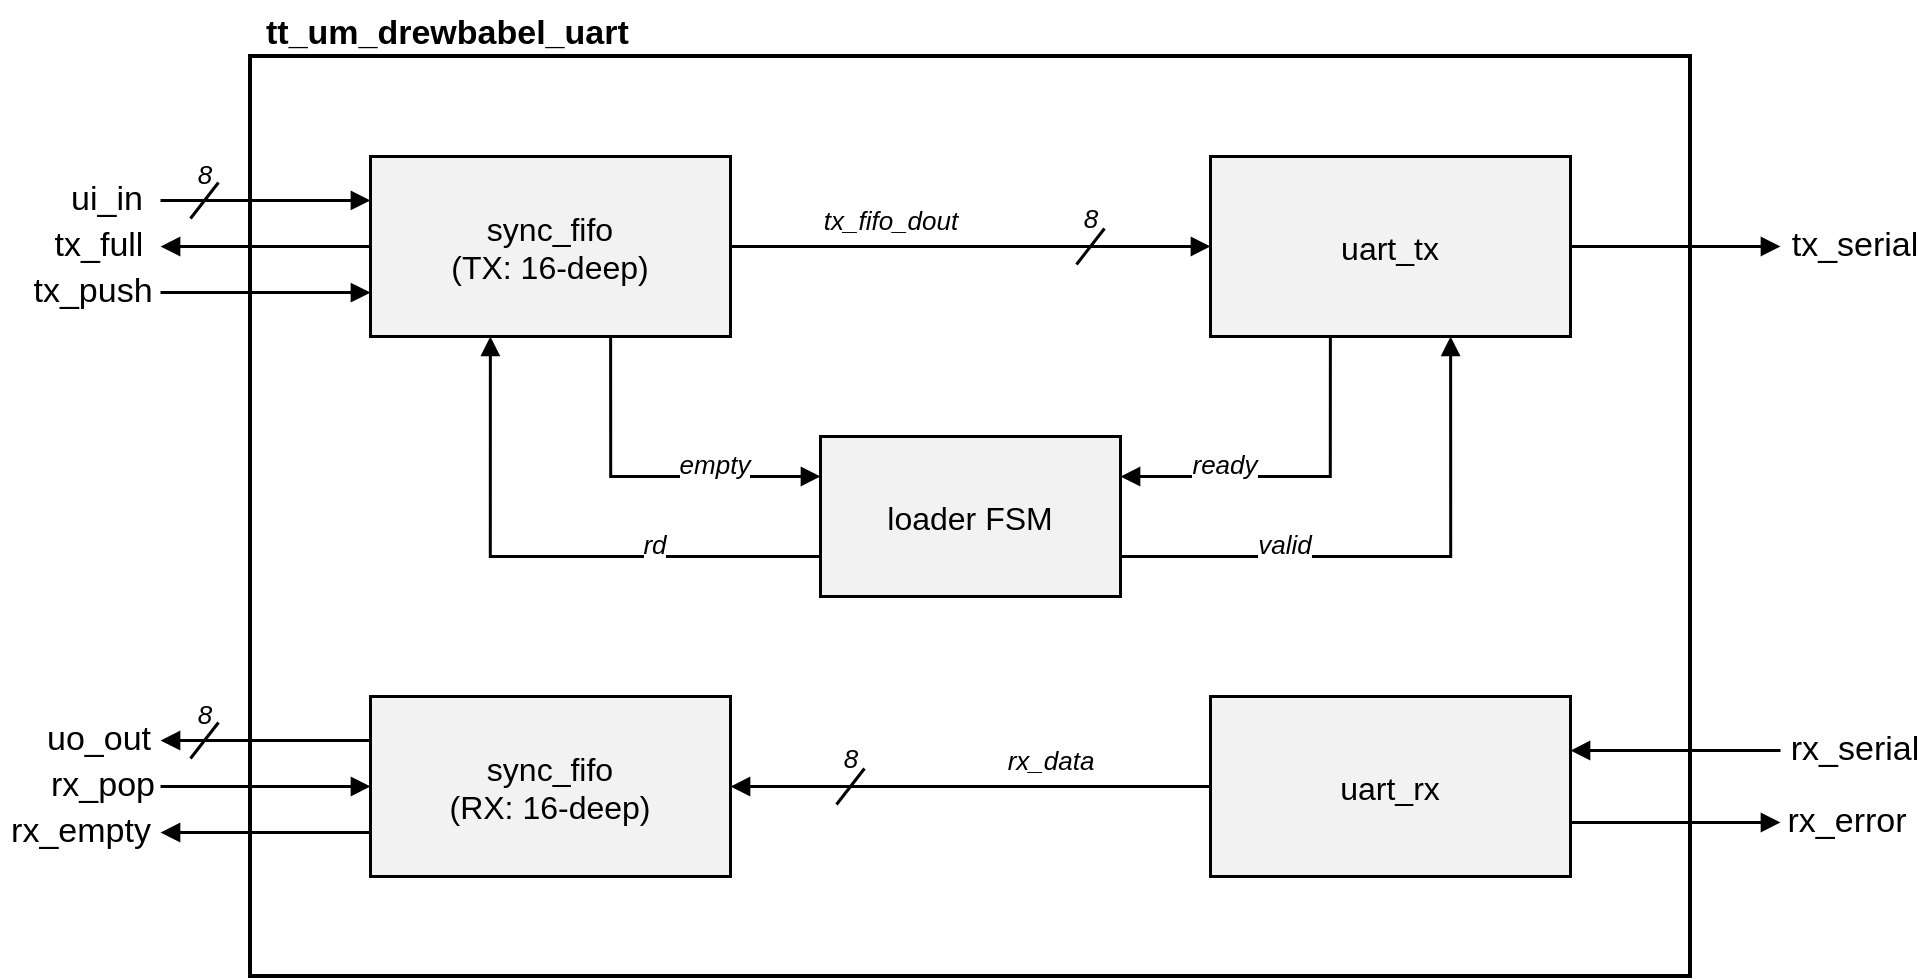
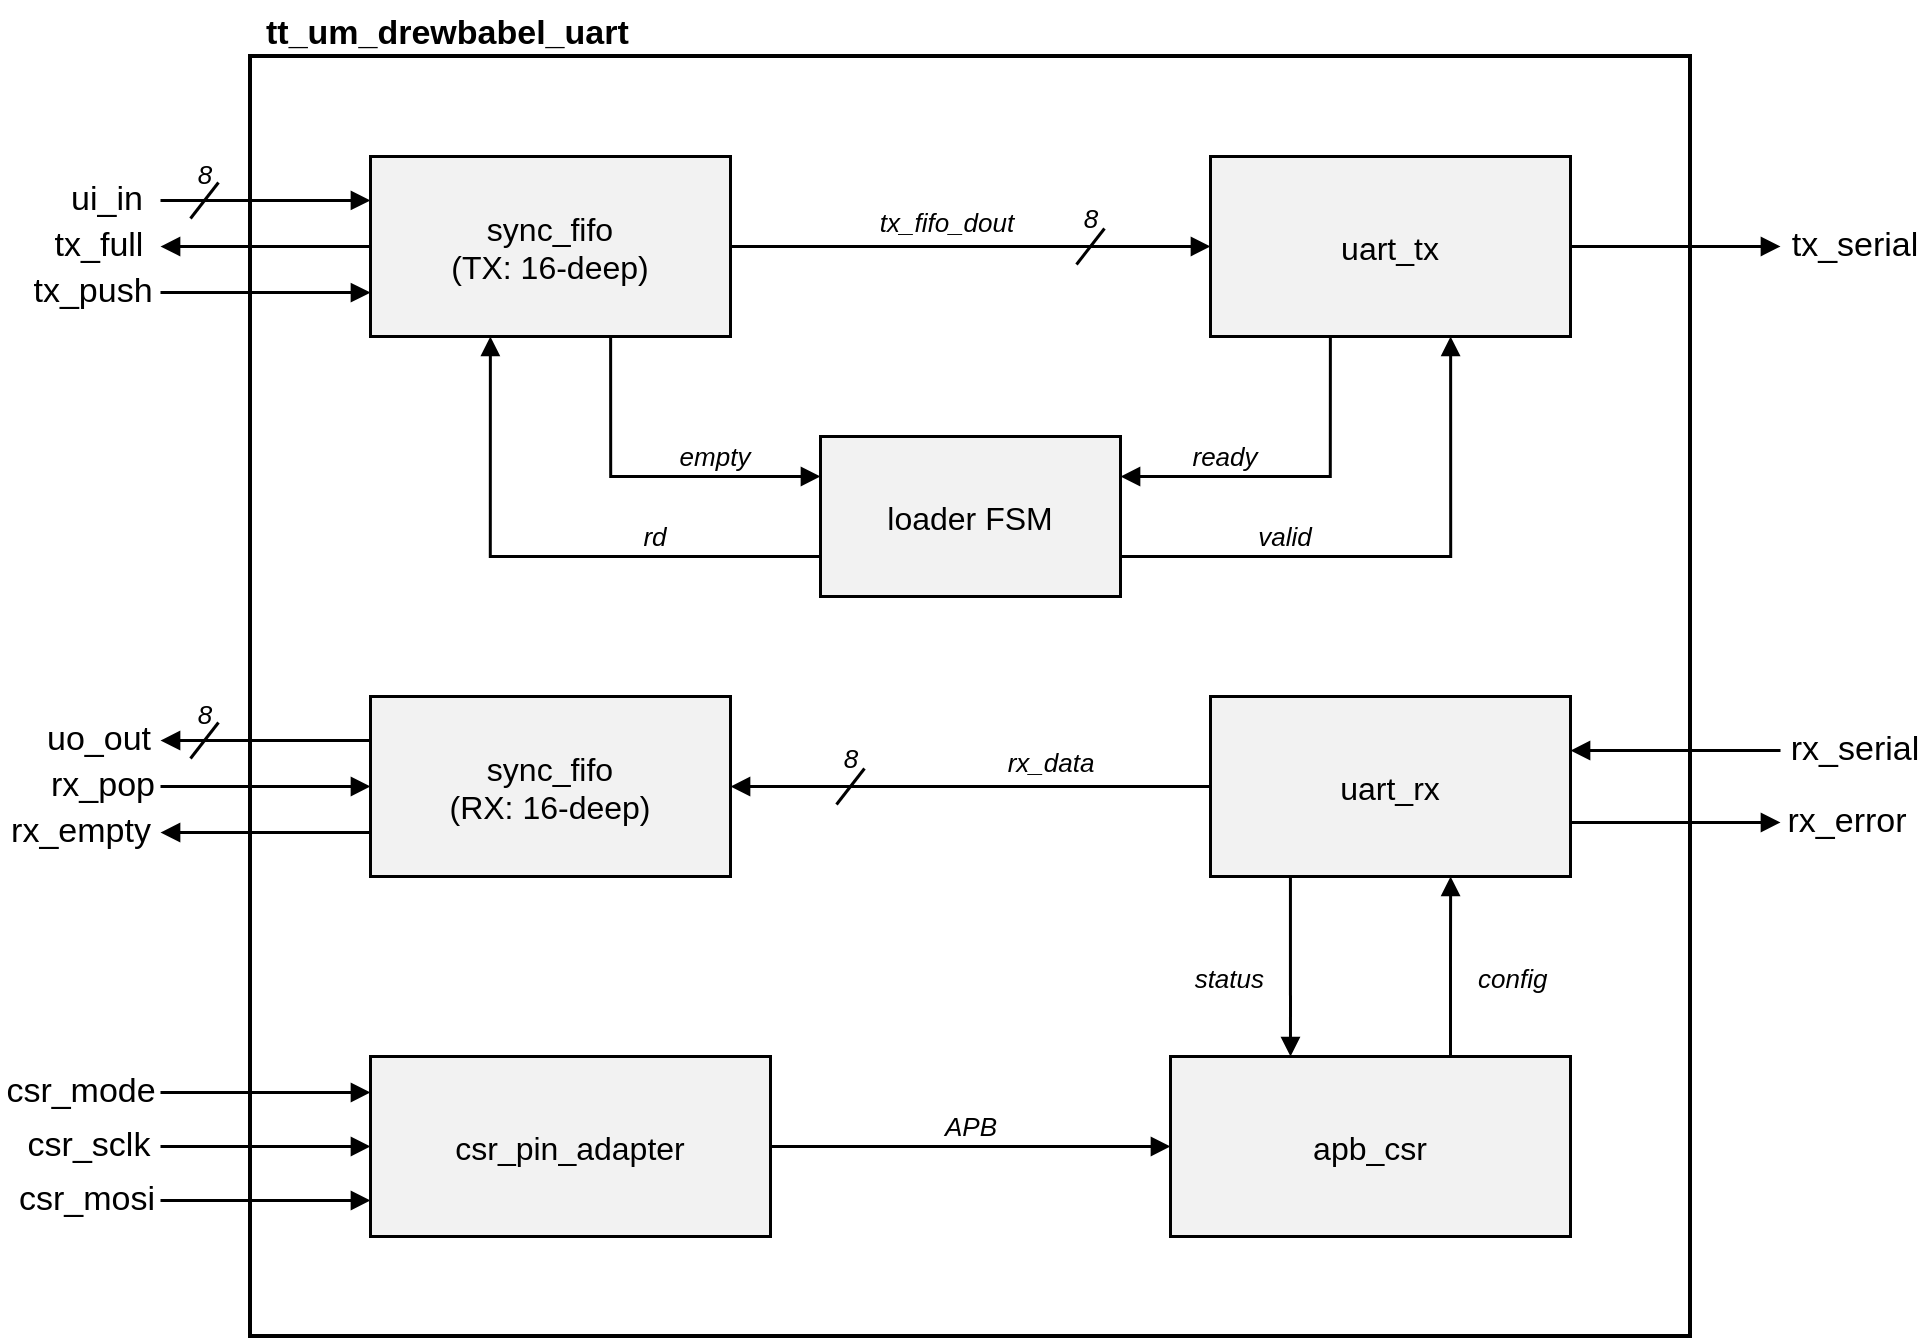
<mxfile host="app.diagrams.net">
  <diagram name="uart_tile" id="uart_tile">
-     <mxGraphModel grid="0" gridSize="10" pageWidth="1080" pageHeight="660" background="#ffffff">
+     <mxGraphModel grid="0" gridSize="10" pageWidth="1080" pageHeight="820" background="#ffffff">
      <root>
        <mxCell id="0"/>
        <mxCell id="1" parent="0"/>

        <!-- outer boundary + module label -->
        <mxCell id="outer" value="" vertex="1" parent="1" style="rounded=0;fillColor=none;strokeColor=#000000;strokeWidth=2;">
-           <mxGeometry x="180" y="100" width="720" height="460" as="geometry"/></mxCell>
+           <mxGeometry x="180" y="100" width="720" height="640" as="geometry"/></mxCell>
        <mxCell id="modlabel" value="tt_um_drewbabel_uart" vertex="1" parent="1" style="text;html=1;align=left;fontStyle=1;fontSize=17;fillColor=none;strokeColor=none;">
          <mxGeometry x="186" y="72" width="320" height="24" as="geometry"/></mxCell>

        <!-- blocks -->
        <mxCell id="txfifo" value="sync_fifo&#10;(TX: 16-deep)" vertex="1" parent="1" style="rounded=0;fillColor=#f2f2f2;strokeColor=#000000;strokeWidth=1.5;align=center;verticalAlign=middle;fontSize=16;">
          <mxGeometry x="240" y="150" width="180" height="90" as="geometry"/></mxCell>
        <mxCell id="utx" value="uart_tx" vertex="1" parent="1" style="rounded=0;fillColor=#f2f2f2;strokeColor=#000000;strokeWidth=1.5;align=center;verticalAlign=middle;fontSize=16;">
          <mxGeometry x="660" y="150" width="180" height="90" as="geometry"/></mxCell>
        <mxCell id="rxfifo" value="sync_fifo&#10;(RX: 16-deep)" vertex="1" parent="1" style="rounded=0;fillColor=#f2f2f2;strokeColor=#000000;strokeWidth=1.5;align=center;verticalAlign=middle;fontSize=16;">
          <mxGeometry x="240" y="420" width="180" height="90" as="geometry"/></mxCell>
        <mxCell id="urx" value="uart_rx" vertex="1" parent="1" style="rounded=0;fillColor=#f2f2f2;strokeColor=#000000;strokeWidth=1.5;align=center;verticalAlign=middle;fontSize=16;">
          <mxGeometry x="660" y="420" width="180" height="90" as="geometry"/></mxCell>
        <mxCell id="loader" value="loader FSM" vertex="1" parent="1" style="rounded=0;fillColor=#f2f2f2;strokeColor=#000000;strokeWidth=1.5;align=center;verticalAlign=middle;fontSize=16;">
          <mxGeometry x="465" y="290" width="150" height="80" as="geometry"/></mxCell>
+         <mxCell id="csradapter" value="csr_pin_adapter" vertex="1" parent="1" style="rounded=0;fillColor=#f2f2f2;strokeColor=#000000;strokeWidth=1.5;align=center;verticalAlign=middle;fontSize=16;">
+           <mxGeometry x="240" y="600" width="200" height="90" as="geometry"/></mxCell>
+         <mxCell id="apbcsr" value="apb_csr" vertex="1" parent="1" style="rounded=0;fillColor=#f2f2f2;strokeColor=#000000;strokeWidth=1.5;align=center;verticalAlign=middle;fontSize=16;">
+           <mxGeometry x="640" y="600" width="200" height="90" as="geometry"/></mxCell>

        <!-- LEFT I/O labels (right edge x=135) -->
        <mxCell id="l_uiin" value="ui_in" vertex="1" parent="1" style="text;html=1;align=center;verticalAlign=middle;fontSize=17;fillColor=none;strokeColor=none;">
          <mxGeometry x="81" y="161" width="54" height="22" as="geometry"/></mxCell>
        <mxCell id="l_txfull" value="tx_full" vertex="1" parent="1" style="text;html=1;align=center;verticalAlign=middle;fontSize=17;fillColor=none;strokeColor=none;">
          <mxGeometry x="73" y="184" width="62" height="22" as="geometry"/></mxCell>
        <mxCell id="l_txpush" value="tx_push" vertex="1" parent="1" style="text;html=1;align=center;verticalAlign=middle;fontSize=17;fillColor=none;strokeColor=none;">
          <mxGeometry x="67" y="207" width="68" height="22" as="geometry"/></mxCell>
        <mxCell id="l_uoout" value="uo_out" vertex="1" parent="1" style="text;html=1;align=center;verticalAlign=middle;fontSize=17;fillColor=none;strokeColor=none;">
          <mxGeometry x="73" y="431" width="62" height="22" as="geometry"/></mxCell>
        <mxCell id="l_rxpop" value="rx_pop" vertex="1" parent="1" style="text;html=1;align=center;verticalAlign=middle;fontSize=17;fillColor=none;strokeColor=none;">
          <mxGeometry x="77" y="454" width="58" height="22" as="geometry"/></mxCell>
        <mxCell id="l_rxempty" value="rx_empty" vertex="1" parent="1" style="text;html=1;align=center;verticalAlign=middle;fontSize=17;fillColor=none;strokeColor=none;">
          <mxGeometry x="55" y="477" width="80" height="22" as="geometry"/></mxCell>
+         <mxCell id="l_csrmode" value="csr_mode" vertex="1" parent="1" style="text;html=1;align=center;verticalAlign=middle;fontSize=17;fillColor=none;strokeColor=none;">
+           <mxGeometry x="55" y="607" width="80" height="22" as="geometry"/></mxCell>
+         <mxCell id="l_csrsclk" value="csr_sclk" vertex="1" parent="1" style="text;html=1;align=center;verticalAlign=middle;fontSize=17;fillColor=none;strokeColor=none;">
+           <mxGeometry x="63" y="634" width="72" height="22" as="geometry"/></mxCell>
+         <mxCell id="l_csrmosi" value="csr_mosi" vertex="1" parent="1" style="text;html=1;align=center;verticalAlign=middle;fontSize=17;fillColor=none;strokeColor=none;">
+           <mxGeometry x="60" y="661" width="75" height="22" as="geometry"/></mxCell>

        <!-- RIGHT I/O labels (left edge x=945) -->
        <mxCell id="r_txser" value="tx_serial" vertex="1" parent="1" style="text;html=1;align=center;verticalAlign=middle;fontSize=17;fillColor=none;strokeColor=none;">
          <mxGeometry x="945" y="184" width="74" height="22" as="geometry"/></mxCell>
        <mxCell id="r_rxser" value="rx_serial" vertex="1" parent="1" style="text;html=1;align=center;verticalAlign=middle;fontSize=17;fillColor=none;strokeColor=none;">
          <mxGeometry x="945" y="436" width="74" height="22" as="geometry"/></mxCell>
        <mxCell id="r_rxerr" value="rx_error" vertex="1" parent="1" style="text;html=1;align=center;verticalAlign=middle;fontSize=17;fillColor=none;strokeColor=none;">
          <mxGeometry x="945" y="472" width="66" height="22" as="geometry"/></mxCell>

        <!-- LEFT I/O edges -->
        <mxCell id="e_uiin" edge="1" parent="1" source="l_uiin" target="txfifo" style="edgeStyle=orthogonalEdgeStyle;rounded=0;strokeColor=#000000;strokeWidth=1.5;endArrow=block;endFill=1;exitX=1;exitY=0.5;entryX=0;entryY=0.244;"><mxGeometry relative="1" as="geometry"/></mxCell>
        <mxCell id="e_txfull" edge="1" parent="1" source="txfifo" target="l_txfull" style="edgeStyle=orthogonalEdgeStyle;rounded=0;strokeColor=#000000;strokeWidth=1.5;endArrow=block;endFill=1;exitX=0;exitY=0.5;entryX=1;entryY=0.5;"><mxGeometry relative="1" as="geometry"/></mxCell>
        <mxCell id="e_txpush" edge="1" parent="1" source="l_txpush" target="txfifo" style="edgeStyle=orthogonalEdgeStyle;rounded=0;strokeColor=#000000;strokeWidth=1.5;endArrow=block;endFill=1;exitX=1;exitY=0.5;entryX=0;entryY=0.756;"><mxGeometry relative="1" as="geometry"/></mxCell>
        <mxCell id="e_uoout" edge="1" parent="1" source="rxfifo" target="l_uoout" style="edgeStyle=orthogonalEdgeStyle;rounded=0;strokeColor=#000000;strokeWidth=1.5;endArrow=block;endFill=1;exitX=0;exitY=0.244;entryX=1;entryY=0.5;"><mxGeometry relative="1" as="geometry"/></mxCell>
        <mxCell id="e_rxpop" edge="1" parent="1" source="l_rxpop" target="rxfifo" style="edgeStyle=orthogonalEdgeStyle;rounded=0;strokeColor=#000000;strokeWidth=1.5;endArrow=block;endFill=1;exitX=1;exitY=0.5;entryX=0;entryY=0.5;"><mxGeometry relative="1" as="geometry"/></mxCell>
        <mxCell id="e_rxempty" edge="1" parent="1" source="rxfifo" target="l_rxempty" style="edgeStyle=orthogonalEdgeStyle;rounded=0;strokeColor=#000000;strokeWidth=1.5;endArrow=block;endFill=1;exitX=0;exitY=0.756;entryX=1;entryY=0.5;"><mxGeometry relative="1" as="geometry"/></mxCell>
+         <mxCell id="e_csrmode" edge="1" parent="1" source="l_csrmode" target="csradapter" style="edgeStyle=orthogonalEdgeStyle;rounded=0;strokeColor=#000000;strokeWidth=1.5;endArrow=block;endFill=1;exitX=1;exitY=0.5;entryX=0;entryY=0.2;"><mxGeometry relative="1" as="geometry"/></mxCell>
+         <mxCell id="e_csrsclk" edge="1" parent="1" source="l_csrsclk" target="csradapter" style="edgeStyle=orthogonalEdgeStyle;rounded=0;strokeColor=#000000;strokeWidth=1.5;endArrow=block;endFill=1;exitX=1;exitY=0.5;entryX=0;entryY=0.5;"><mxGeometry relative="1" as="geometry"/></mxCell>
+         <mxCell id="e_csrmosi" edge="1" parent="1" source="l_csrmosi" target="csradapter" style="edgeStyle=orthogonalEdgeStyle;rounded=0;strokeColor=#000000;strokeWidth=1.5;endArrow=block;endFill=1;exitX=1;exitY=0.5;entryX=0;entryY=0.8;"><mxGeometry relative="1" as="geometry"/></mxCell>

        <!-- RIGHT I/O edges -->
        <mxCell id="e_txser" edge="1" parent="1" source="utx" target="r_txser" style="edgeStyle=orthogonalEdgeStyle;rounded=0;strokeColor=#000000;strokeWidth=1.5;endArrow=block;endFill=1;exitX=1;exitY=0.5;entryX=0;entryY=0.5;"><mxGeometry relative="1" as="geometry"/></mxCell>
        <mxCell id="e_rxser" edge="1" parent="1" source="r_rxser" target="urx" style="edgeStyle=orthogonalEdgeStyle;rounded=0;strokeColor=#000000;strokeWidth=1.5;endArrow=block;endFill=1;exitX=0;exitY=0.5;entryX=1;entryY=0.3;"><mxGeometry relative="1" as="geometry"/></mxCell>
        <mxCell id="e_rxerr" edge="1" parent="1" source="urx" target="r_rxerr" style="edgeStyle=orthogonalEdgeStyle;rounded=0;strokeColor=#000000;strokeWidth=1.5;endArrow=block;endFill=1;exitX=1;exitY=0.7;entryX=0;entryY=0.5;"><mxGeometry relative="1" as="geometry"/></mxCell>

        <!-- INTERNAL datapath buses -->
        <mxCell id="e_dout" edge="1" parent="1" source="txfifo" target="utx" style="edgeStyle=orthogonalEdgeStyle;rounded=0;strokeColor=#000000;strokeWidth=1.5;endArrow=block;endFill=1;exitX=1;exitY=0.5;entryX=0;entryY=0.5;"><mxGeometry relative="1" as="geometry"/></mxCell>
        <mxCell id="e_rxdata" edge="1" parent="1" source="urx" target="rxfifo" style="edgeStyle=orthogonalEdgeStyle;rounded=0;strokeColor=#000000;strokeWidth=1.5;endArrow=block;endFill=1;exitX=0;exitY=0.5;entryX=1;entryY=0.5;"><mxGeometry relative="1" as="geometry"/></mxCell>

        <!-- CONTROL edges: loader <-> txfifo, loader <-> utx -->
        <mxCell id="e_empty" edge="1" parent="1" source="txfifo" target="loader" style="edgeStyle=orthogonalEdgeStyle;rounded=0;strokeColor=#000000;strokeWidth=1.5;endArrow=block;endFill=1;exitX=0.667;exitY=1;entryX=0;entryY=0.25;"><mxGeometry relative="1" as="geometry"/></mxCell>
        <mxCell id="e_rd" edge="1" parent="1" source="loader" target="txfifo" style="edgeStyle=orthogonalEdgeStyle;rounded=0;strokeColor=#000000;strokeWidth=1.5;endArrow=block;endFill=1;exitX=0;exitY=0.75;entryX=0.333;entryY=1;"><mxGeometry relative="1" as="geometry"/></mxCell>
        <mxCell id="e_ready" edge="1" parent="1" source="utx" target="loader" style="edgeStyle=orthogonalEdgeStyle;rounded=0;strokeColor=#000000;strokeWidth=1.5;endArrow=block;endFill=1;exitX=0.333;exitY=1;entryX=1;entryY=0.25;"><mxGeometry relative="1" as="geometry"/></mxCell>
        <mxCell id="e_valid" edge="1" parent="1" source="loader" target="utx" style="edgeStyle=orthogonalEdgeStyle;rounded=0;strokeColor=#000000;strokeWidth=1.5;endArrow=block;endFill=1;exitX=1;exitY=0.75;entryX=0.667;entryY=1;"><mxGeometry relative="1" as="geometry"/></mxCell>

+         <!-- CSR edges: adapter -> apb_csr (APB), apb_csr <-> uart_rx (config/status) -->
+         <mxCell id="e_apb" edge="1" parent="1" source="csradapter" target="apbcsr" style="edgeStyle=orthogonalEdgeStyle;rounded=0;strokeColor=#000000;strokeWidth=1.5;endArrow=block;endFill=1;exitX=1;exitY=0.5;entryX=0;entryY=0.5;"><mxGeometry relative="1" as="geometry"/></mxCell>
+         <mxCell id="e_config" edge="1" parent="1" source="apbcsr" target="urx" style="edgeStyle=orthogonalEdgeStyle;rounded=0;strokeColor=#000000;strokeWidth=1.5;endArrow=block;endFill=1;exitX=0.7;exitY=0;entryX=0.667;entryY=1;"><mxGeometry relative="1" as="geometry"/></mxCell>
+         <mxCell id="e_status" edge="1" parent="1" source="urx" target="apbcsr" style="edgeStyle=orthogonalEdgeStyle;rounded=0;strokeColor=#000000;strokeWidth=1.5;endArrow=block;endFill=1;exitX=0.222;exitY=1;entryX=0.3;entryY=0;"><mxGeometry relative="1" as="geometry"/></mxCell>
+ 
        <!-- CONTROL wire labels (seated on horizontal segments, white bg) -->
        <mxCell id="lbl_empty" value="empty" vertex="1" parent="1" style="text;html=1;align=center;fontStyle=2;fontSize=13;labelBackgroundColor=#ffffff;fillColor=none;strokeColor=none;">
-           <mxGeometry x="386" y="290" width="52" height="16" as="geometry"/></mxCell>
+           <mxGeometry x="386" y="286" width="52" height="16" as="geometry"/></mxCell>
        <mxCell id="lbl_rd" value="rd" vertex="1" parent="1" style="text;html=1;align=center;fontStyle=2;fontSize=13;labelBackgroundColor=#ffffff;fillColor=none;strokeColor=none;">
-           <mxGeometry x="365" y="330" width="34" height="16" as="geometry"/></mxCell>
+           <mxGeometry x="365" y="326" width="34" height="16" as="geometry"/></mxCell>
        <mxCell id="lbl_ready" value="ready" vertex="1" parent="1" style="text;html=1;align=center;fontStyle=2;fontSize=13;labelBackgroundColor=#ffffff;fillColor=none;strokeColor=none;">
-           <mxGeometry x="641" y="290" width="52" height="16" as="geometry"/></mxCell>
+           <mxGeometry x="641" y="286" width="52" height="16" as="geometry"/></mxCell>
        <mxCell id="lbl_valid" value="valid" vertex="1" parent="1" style="text;html=1;align=center;fontStyle=2;fontSize=13;labelBackgroundColor=#ffffff;fillColor=none;strokeColor=none;">
-           <mxGeometry x="674" y="330" width="46" height="16" as="geometry"/></mxCell>
+           <mxGeometry x="674" y="326" width="46" height="16" as="geometry"/></mxCell>
+         <mxCell id="lbl_apb" value="APB" vertex="1" parent="1" style="text;html=1;align=center;fontStyle=2;fontSize=13;labelBackgroundColor=#ffffff;fillColor=none;strokeColor=none;">
+           <mxGeometry x="512" y="621" width="56" height="16" as="geometry"/></mxCell>
+         <mxCell id="lbl_config" value="config" vertex="1" parent="1" style="text;html=1;align=left;fontStyle=2;fontSize=13;labelBackgroundColor=#ffffff;fillColor=none;strokeColor=none;">
+           <mxGeometry x="792" y="547" width="60" height="16" as="geometry"/></mxCell>
+         <mxCell id="lbl_status" value="status" vertex="1" parent="1" style="text;html=1;align=right;fontStyle=2;fontSize=13;labelBackgroundColor=#ffffff;fillColor=none;strokeColor=none;">
+           <mxGeometry x="628" y="547" width="60" height="16" as="geometry"/></mxCell>

        <!-- INTERNAL on-wire signal names (lifted, white bg) -->
        <mxCell id="nm_dout" value="tx_fifo_dout" vertex="1" parent="1" style="text;html=1;align=center;fontStyle=2;fontSize=13;labelBackgroundColor=#ffffff;fillColor=none;strokeColor=none;">
-           <mxGeometry x="440" y="168" width="120" height="18" as="geometry"/></mxCell>
+           <mxGeometry x="468" y="169" width="120" height="18" as="geometry"/></mxCell>
        <mxCell id="nm_rxdata" value="rx_data" vertex="1" parent="1" style="text;html=1;align=center;fontStyle=2;fontSize=13;labelBackgroundColor=#ffffff;fillColor=none;strokeColor=none;">
-           <mxGeometry x="520" y="438" width="120" height="18" as="geometry"/></mxCell>
+           <mxGeometry x="520" y="439" width="120" height="18" as="geometry"/></mxCell>

        <!-- BUS WIDTH TICKS (slash on wire + "8" directly above) -->
-         <!-- ui_in external stub, wire y=172, cx=157 -->
        <mxCell id="tick_uiin" edge="1" parent="1" style="endArrow=none;startArrow=none;html=1;strokeColor=#000000;strokeWidth=1.5;">
          <mxGeometry relative="1" as="geometry"><mxPoint x="150" y="181" as="sourcePoint"/><mxPoint x="164" y="163" as="targetPoint"/></mxGeometry></mxCell>
        <mxCell id="w_uiin" value="8" vertex="1" parent="1" style="text;html=1;align=center;fontStyle=2;fontSize=13;fillColor=none;strokeColor=none;">
          <mxGeometry x="127" y="145" width="60" height="18" as="geometry"/></mxCell>
-         <!-- uo_out external stub, wire y=442, cx=157 -->
        <mxCell id="tick_uoout" edge="1" parent="1" style="endArrow=none;startArrow=none;html=1;strokeColor=#000000;strokeWidth=1.5;">
          <mxGeometry relative="1" as="geometry"><mxPoint x="150" y="451" as="sourcePoint"/><mxPoint x="164" y="433" as="targetPoint"/></mxGeometry></mxCell>
        <mxCell id="w_uoout" value="8" vertex="1" parent="1" style="text;html=1;align=center;fontStyle=2;fontSize=13;fillColor=none;strokeColor=none;">
          <mxGeometry x="127" y="415" width="60" height="18" as="geometry"/></mxCell>
-         <!-- tx_fifo_dout internal, wire y=195, cx=600 -->
        <mxCell id="tick_dout" edge="1" parent="1" style="endArrow=none;startArrow=none;html=1;strokeColor=#000000;strokeWidth=1.5;">
          <mxGeometry relative="1" as="geometry"><mxPoint x="593" y="204" as="sourcePoint"/><mxPoint x="607" y="186" as="targetPoint"/></mxGeometry></mxCell>
        <mxCell id="w_dout" value="8" vertex="1" parent="1" style="text;html=1;align=center;fontStyle=2;fontSize=13;fillColor=none;strokeColor=none;">
          <mxGeometry x="570" y="167" width="60" height="18" as="geometry"/></mxCell>
-         <!-- rx_data internal, wire y=465, cx=480 -->
        <mxCell id="tick_rxd" edge="1" parent="1" style="endArrow=none;startArrow=none;html=1;strokeColor=#000000;strokeWidth=1.5;">
          <mxGeometry relative="1" as="geometry"><mxPoint x="473" y="474" as="sourcePoint"/><mxPoint x="487" y="456" as="targetPoint"/></mxGeometry></mxCell>
        <mxCell id="w_rxd" value="8" vertex="1" parent="1" style="text;html=1;align=center;fontStyle=2;fontSize=13;fillColor=none;strokeColor=none;">
          <mxGeometry x="450" y="437" width="60" height="18" as="geometry"/></mxCell>

      </root>
    </mxGraphModel>
  </diagram>
</mxfile>
